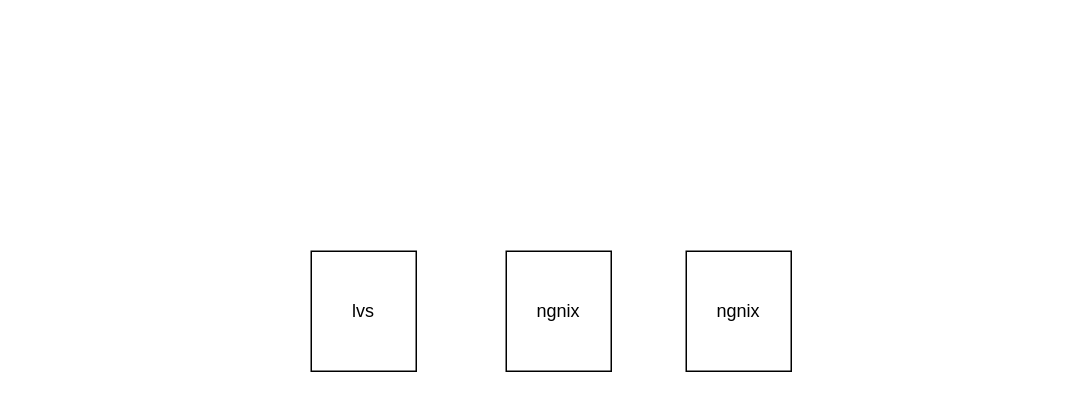
Above: page "负载均衡器和反向代理" (16 of 16) of source/diagrams/hotel.drawio in wxquare/wxquare.github.io (draw.io), before the change. Source tidied: cells renumbered, new cells numbered last; positions are measured from the earlier drawing's top-left corner, leaving out a move shared by most shapes. Both pictures are drawn from the tidied source at 150%, with x=0, y=0 at pixel (310, 250).
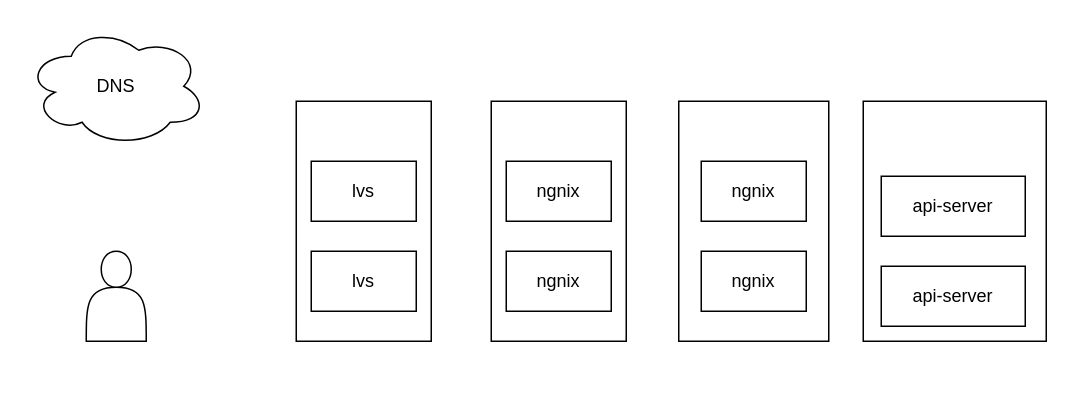
Above is the later version.

Diff of the diagram source:
```diff
@@
 <mxGraphModel>
   <root>
     <mxCell id="0" />
     <mxCell id="1" parent="0" />
+    <mxCell id="5" style="rounded=0;whiteSpace=wrap;html=1;" parent="1" vertex="1">
+      <mxGeometry x="368" y="-100" width="122" height="160" as="geometry" />
+    </mxCell>
+    <mxCell id="6" style="rounded=0;whiteSpace=wrap;html=1;" parent="1" vertex="1">
+      <mxGeometry x="245" y="-100" width="100" height="160" as="geometry" />
+    </mxCell>
+    <mxCell id="7" style="rounded=0;whiteSpace=wrap;html=1;" parent="1" vertex="1">
+      <mxGeometry x="120" y="-100" width="90" height="160" as="geometry" />
+    </mxCell>
+    <mxCell id="8" style="rounded=0;whiteSpace=wrap;html=1;" parent="1" vertex="1">
+      <mxGeometry x="-10" y="-100" width="90" height="160" as="geometry" />
+    </mxCell>
     <mxCell id="2" value="lvs" style="rounded=0;whiteSpace=wrap;html=1;" parent="1" vertex="1">
-      <mxGeometry width="70" height="80" as="geometry" />
+      <mxGeometry width="70" height="40" as="geometry" />
     </mxCell>
     <mxCell id="3" value="ngnix" style="rounded=0;whiteSpace=wrap;html=1;" parent="1" vertex="1">
-      <mxGeometry x="130" width="70" height="80" as="geometry" />
+      <mxGeometry x="130" width="70" height="40" as="geometry" />
     </mxCell>
     <mxCell id="4" value="ngnix" style="rounded=0;whiteSpace=wrap;html=1;" parent="1" vertex="1">
-      <mxGeometry x="250" width="70" height="80" as="geometry" />
+      <mxGeometry x="260" width="70" height="40" as="geometry" />
     </mxCell>
+    <mxCell id="9" style="shape=actor;whiteSpace=wrap;html=1;" parent="1" vertex="1">
+      <mxGeometry x="-150" width="40" height="60" as="geometry" />
+    </mxCell>
+    <mxCell id="10" value="DNS" style="ellipse;shape=cloud;whiteSpace=wrap;html=1;" parent="1" vertex="1">
+      <mxGeometry x="-190" y="-150" width="120" height="80" as="geometry" />
+    </mxCell>
+    <mxCell id="11" value="lvs" style="rounded=0;whiteSpace=wrap;html=1;" parent="1" vertex="1">
+      <mxGeometry y="-60" width="70" height="40" as="geometry" />
+    </mxCell>
+    <mxCell id="12" value="ngnix" style="rounded=0;whiteSpace=wrap;html=1;" parent="1" vertex="1">
+      <mxGeometry x="130" y="-60" width="70" height="40" as="geometry" />
+    </mxCell>
+    <mxCell id="13" value="ngnix" style="rounded=0;whiteSpace=wrap;html=1;" parent="1" vertex="1">
+      <mxGeometry x="260" y="-60" width="70" height="40" as="geometry" />
+    </mxCell>
+    <mxCell id="14" value="api-server" style="rounded=0;whiteSpace=wrap;html=1;" parent="1" vertex="1">
+      <mxGeometry x="380" y="-50" width="96" height="40" as="geometry" />
+    </mxCell>
+    <mxCell id="15" value="api-server" style="rounded=0;whiteSpace=wrap;html=1;" parent="1" vertex="1">
+      <mxGeometry x="380" y="10" width="96" height="40" as="geometry" />
+    </mxCell>
   </root>
 </mxGraphModel>
```
